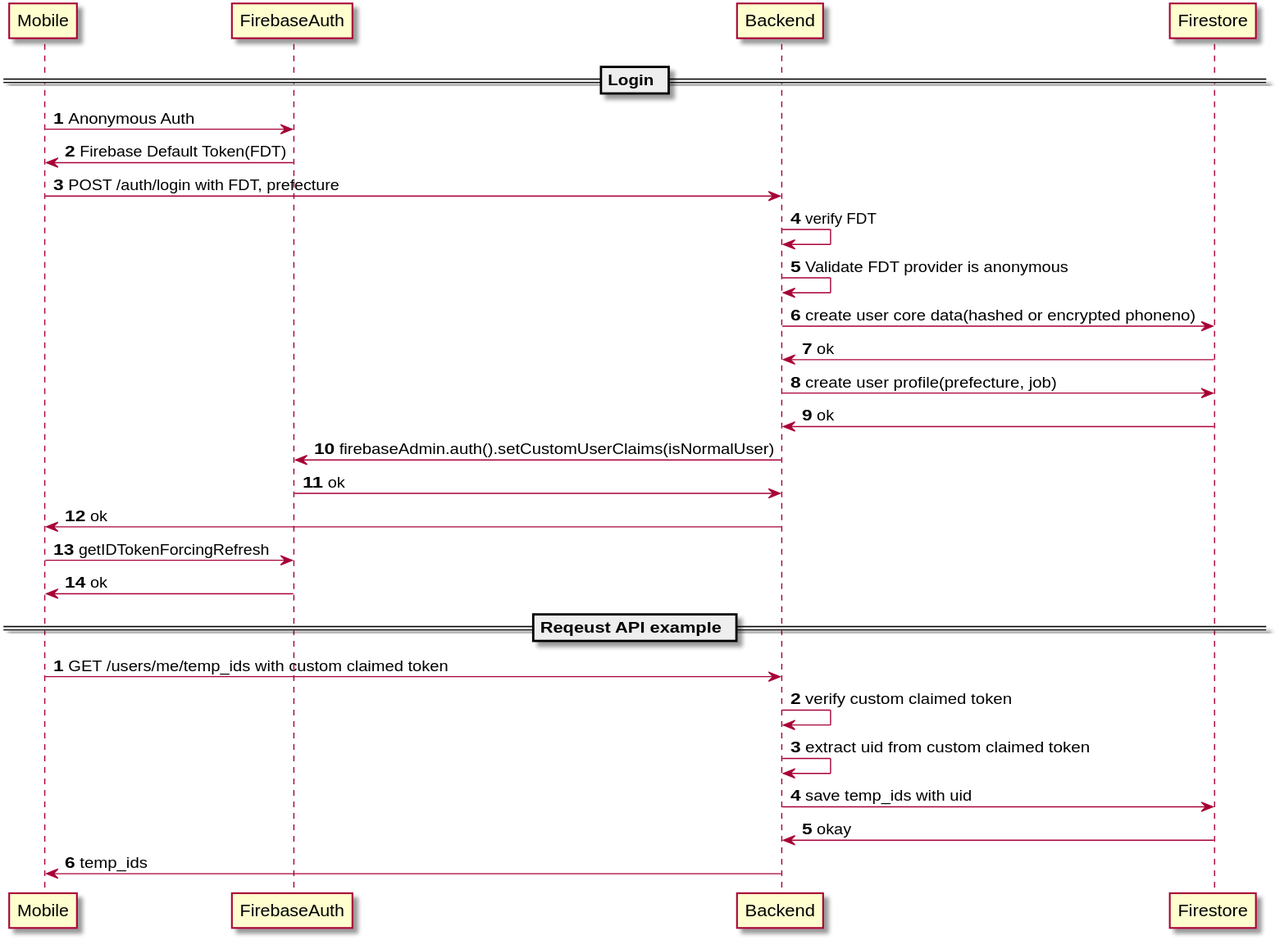
mamori-i-japan/mamori-i-japan-api keeps this PlantUML diagram as docs/auth.svg. Above is the earlier version.
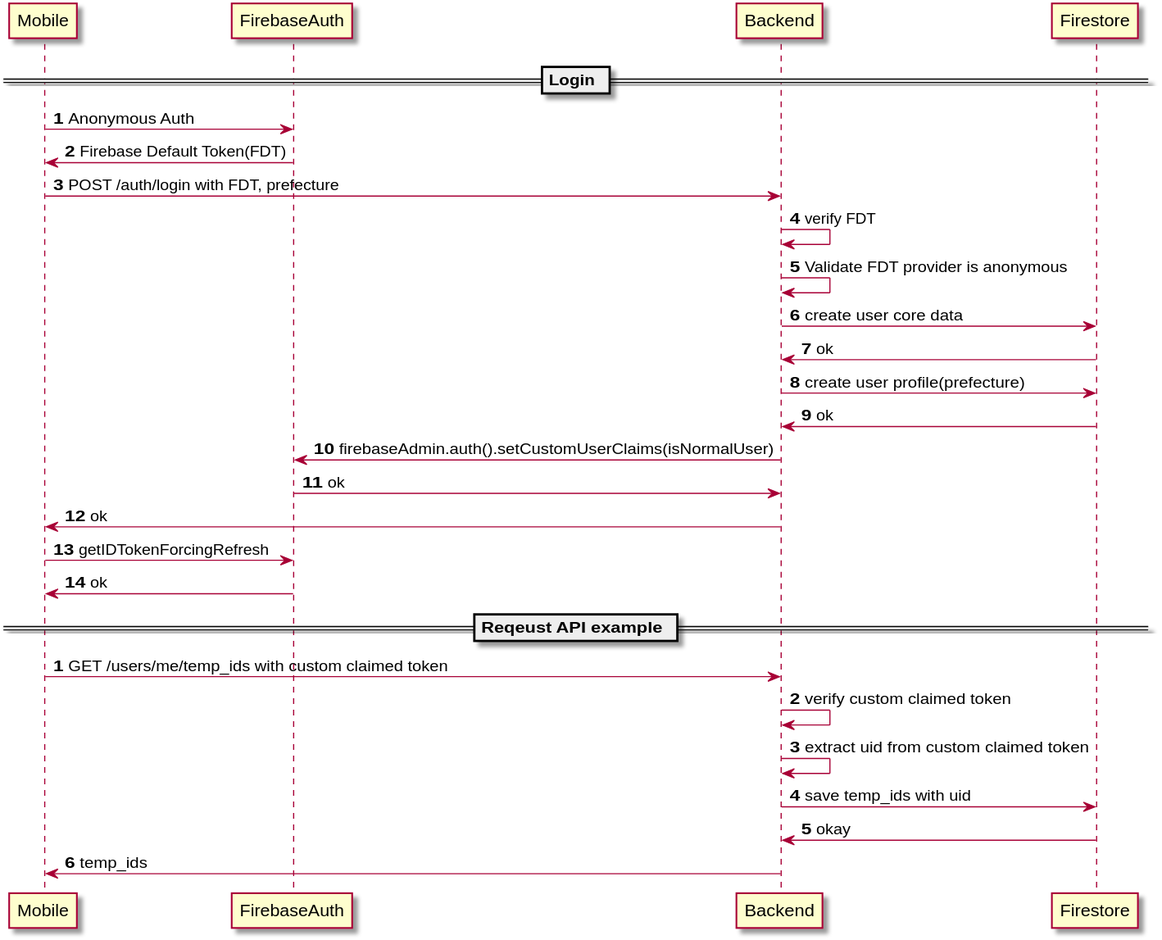
The same diagram one commit later.

Commit message:
update auth sequence

The edit, as a diff of the source:
```diff
@@ -1,5 +1,4 @@
 @startuml
-
 == Login ==
 
 autonumber 1
@@ -9,9 +8,9 @@
 Mobile -> Backend: POST /auth/login with FDT, prefecture
 Backend -> Backend: verify FDT
 Backend -> Backend: Validate FDT provider is anonymous
-Backend -> Firestore: create user core data(hashed or encrypted phoneno)
+Backend -> Firestore: create user core data
 Firestore -> Backend: ok
-Backend -> Firestore: create user profile(prefecture, job)
+Backend -> Firestore: create user profile(prefecture)
 Firestore -> Backend: ok
 Backend ->  FirebaseAuth: firebaseAdmin.auth().setCustomUserClaims(isNormalUser)
 FirebaseAuth -> Backend: ok
@@ -28,5 +27,4 @@
 Backend -> Firestore: save temp_ids with uid
 Firestore -> Backend: okay
 Backend -> Mobile: temp_ids
-
 @enduml
```
